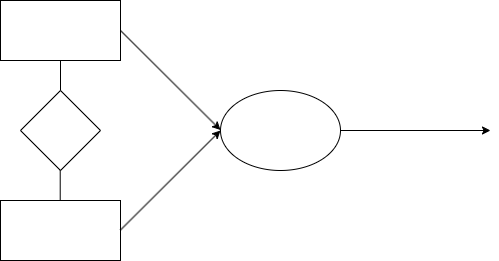
Earlier version of the draw.io export Ví dụ 1b (Chương 2).png (datnham0212/learning). Source tidied: cells renumbered, new cells last; positions are measured from the earlier drawing's top-left corner, leaving out a move shared by most shapes.
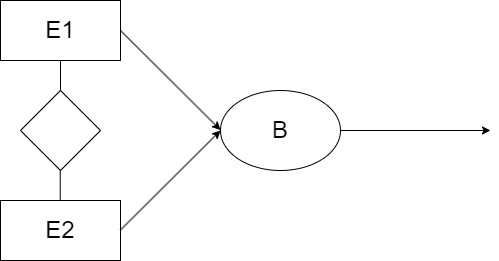
The same diagram one commit later.

Diff of the diagram source:
```diff
@@ -2,7 +2,7 @@
   <root>
     <mxCell id="0" />
     <mxCell id="1" parent="0" />
-    <mxCell id="2" style="rounded=0;whiteSpace=wrap;html=1;fontSize=24;" parent="1" vertex="1">
+    <mxCell id="2" value="E2" style="rounded=0;whiteSpace=wrap;html=1;fontSize=24;" parent="1" vertex="1">
       <mxGeometry y="200" width="120" height="60" as="geometry" />
     </mxCell>
     <mxCell id="3" style="endArrow=classic;html=1;rounded=0;fontSize=24;" parent="1" edge="1">
@@ -16,10 +16,10 @@
         <mxPoint x="490" y="130" as="targetPoint" />
       </mxGeometry>
     </mxCell>
-    <mxCell id="5" style="ellipse;whiteSpace=wrap;html=1;fontSize=24;" parent="1" vertex="1">
+    <mxCell id="5" value="B" style="ellipse;whiteSpace=wrap;html=1;fontSize=24;" parent="1" vertex="1">
       <mxGeometry x="220" y="90" width="120" height="80" as="geometry" />
     </mxCell>
-    <mxCell id="6" style="rounded=0;whiteSpace=wrap;html=1;fontSize=24;" parent="1" vertex="1">
+    <mxCell id="6" value="E1" style="rounded=0;whiteSpace=wrap;html=1;fontSize=24;" parent="1" vertex="1">
       <mxGeometry width="120" height="60" as="geometry" />
     </mxCell>
     <mxCell id="7" style="rhombus;whiteSpace=wrap;html=1;fontSize=24;" parent="1" vertex="1">
```
